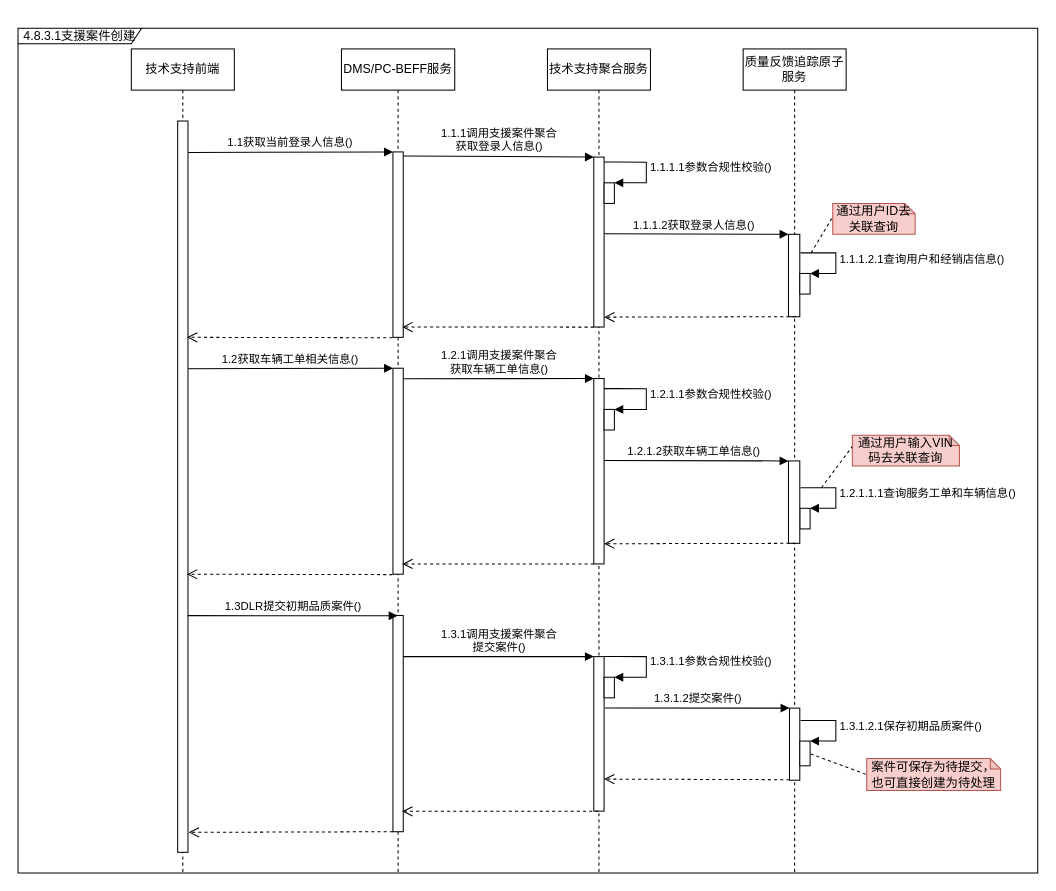
1132489442/designer keeps this draw.io diagram as page "支援行为设计" (4 of 6) of images/支援案件时序图.drawio. Above is the earlier version. Source tidied: cells renumbered, new cells numbered last; positions are measured from the earlier drawing's top-left corner, leaving out a move shared by most shapes. Both pictures are drawn from the tidied source at 103%, with x=0, y=0 at pixel (18, 28).
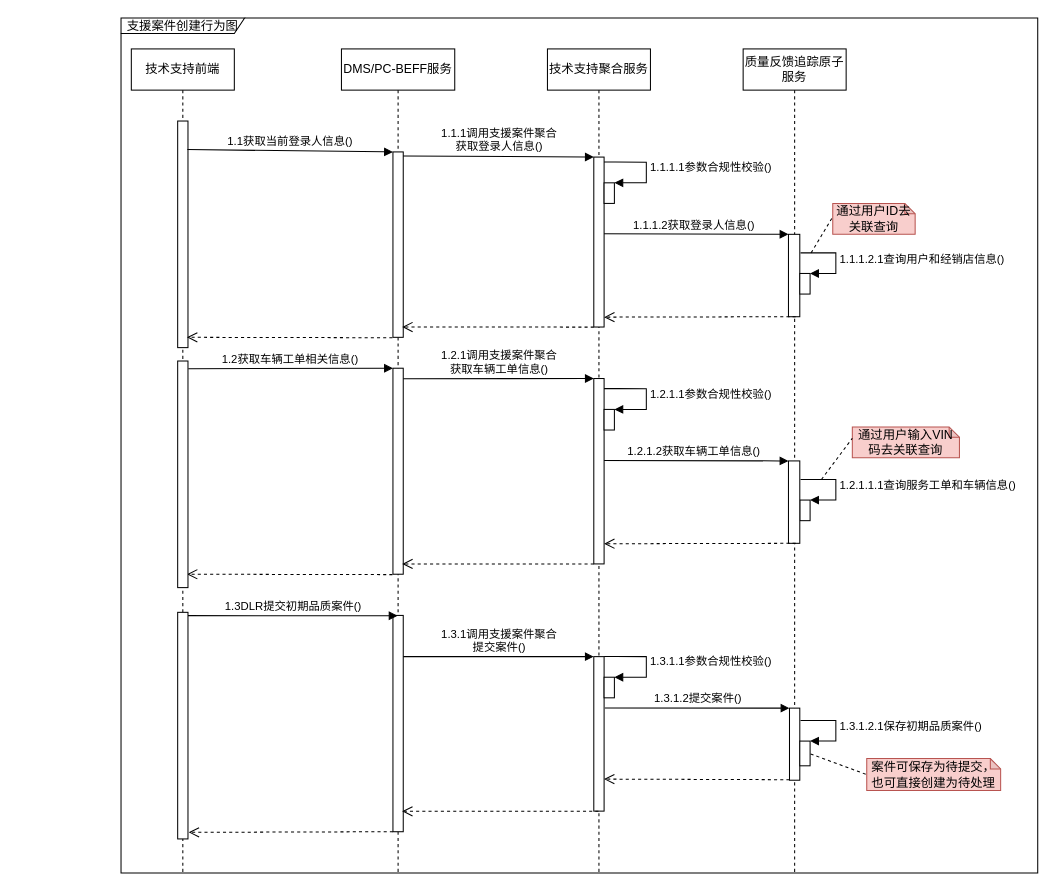
Above is the later version.

The change refers to these unchanged cells:
```xml
<mxCell id="14" value="技术支持前端" style="shape=umlLifeline;perimeter=lifelinePerimeter;whiteSpace=wrap;html=1;" parent="1" vertex="1">
  <mxGeometry x="110" y="20" width="100" height="800" as="geometry" />
</mxCell>
<mxCell id="19" style="html=1;points=[];perimeter=orthogonalPerimeter;" parent="16" vertex="1">
  <mxGeometry x="50" y="100" width="10" height="180" as="geometry" />
</mxCell>
```

Change to the diagram source:
```diff
@@
     <mxCell id="15" style="html=1;points=[];perimeter=orthogonalPerimeter;" parent="14" vertex="1">
-      <mxGeometry x="45" y="70" width="10" height="710" as="geometry" />
+      <mxGeometry x="45" y="70" width="10" height="220" as="geometry" />
     </mxCell>
@@
-    <mxCell id="27" value="1.1获取当前登录人信息()" style="html=1;verticalAlign=bottom;endArrow=block;entryX=0;entryY=0;rounded=0;exitX=1.034;exitY=0.043;exitDx=0;exitDy=0;exitPerimeter=0;" parent="1" edge="1" source="15" target="19">
+    <mxCell id="27" value="1.1获取当前登录人信息()" style="html=1;verticalAlign=bottom;endArrow=block;entryX=0;entryY=0;rounded=0;exitX=0.94;exitY=0.126;exitDx=0;exitDy=0;exitPerimeter=0;" parent="1" edge="1" source="15" target="19">
       <mxGeometry relative="1" as="geometry" />
     </mxCell>
@@
     <mxCell id="32" style="html=1;perimeter=orthogonalPerimeter;" parent="1" vertex="1">
-      <mxGeometry x="759" y="466" width="10" height="20" as="geometry" />
+      <mxGeometry x="759" y="458" width="10" height="20" as="geometry" />
     </mxCell>
@@
     <mxCell id="44" value="通过用户输入VIN码去关联查询" style="shape=note;whiteSpace=wrap;html=1;backgroundOutline=1;darkOpacity=0.05;size=10;fillColor=#f8cecc;strokeColor=#b85450;" parent="1" vertex="1">
-      <mxGeometry x="810" y="395" width="104" height="30" as="geometry" />
+      <mxGeometry x="810" y="387" width="104" height="30" as="geometry" />
     </mxCell>
     <mxCell id="45" style="endArrow=none;dashed=1;html=1;rounded=0;entryX=0;entryY=0.5;entryDx=0;entryDy=0;entryPerimeter=0;" parent="1" edge="1">
       <mxGeometry relative="1" as="geometry">
-        <mxPoint x="780" y="446" as="sourcePoint" />
-        <mxPoint x="810" y="406" as="targetPoint" />
+        <mxPoint x="780" y="438" as="sourcePoint" />
+        <mxPoint x="810" y="398" as="targetPoint" />
       </mxGeometry>
     </mxCell>
@@
-    <mxCell id="50" value="4.8.3.1支援案件创建" style="shape=umlFrame;whiteSpace=wrap;html=1;width=120;height=15;" parent="1" vertex="1">
-      <mxGeometry width="990" height="820" as="geometry" />
+    <mxCell id="50" value="支援案件创建行为图" style="shape=umlFrame;whiteSpace=wrap;html=1;width=120;height=15;" parent="1" vertex="1">
+      <mxGeometry x="100" y="-10" width="890" height="830" as="geometry" />
     </mxCell>
@@
     <mxCell id="52" value="1.2.1.1.1查询服务工单和车辆信息()" style="edgeStyle=orthogonalEdgeStyle;html=1;align=left;spacingLeft=2;endArrow=block;rounded=0;entryX=1;entryY=0;exitX=1.069;exitY=0.171;exitDx=0;exitDy=0;exitPerimeter=0;" parent="1" edge="1">
       <mxGeometry relative="1" as="geometry">
-        <mxPoint x="759.7" y="446" as="sourcePoint" />
-        <mxPoint x="769" y="466" as="targetPoint" />
+        <mxPoint x="759.7" y="438" as="sourcePoint" />
+        <mxPoint x="769" y="458" as="targetPoint" />
         <Array as="points">
-          <mxPoint x="794" y="446" />
-          <mxPoint x="794" y="466" />
+          <mxPoint x="794" y="438" />
+          <mxPoint x="794" y="458" />
         </Array>
       </mxGeometry>
     </mxCell>
+    <mxCell id="53" style="html=1;perimeter=orthogonalPerimeter;" parent="1" vertex="1">
+      <mxGeometry x="155" y="323" width="10" height="220" as="geometry" />
+    </mxCell>
+    <mxCell id="54" style="html=1;perimeter=orthogonalPerimeter;" parent="1" vertex="1">
+      <mxGeometry x="155" y="567" width="10" height="220" as="geometry" />
+    </mxCell>
```
